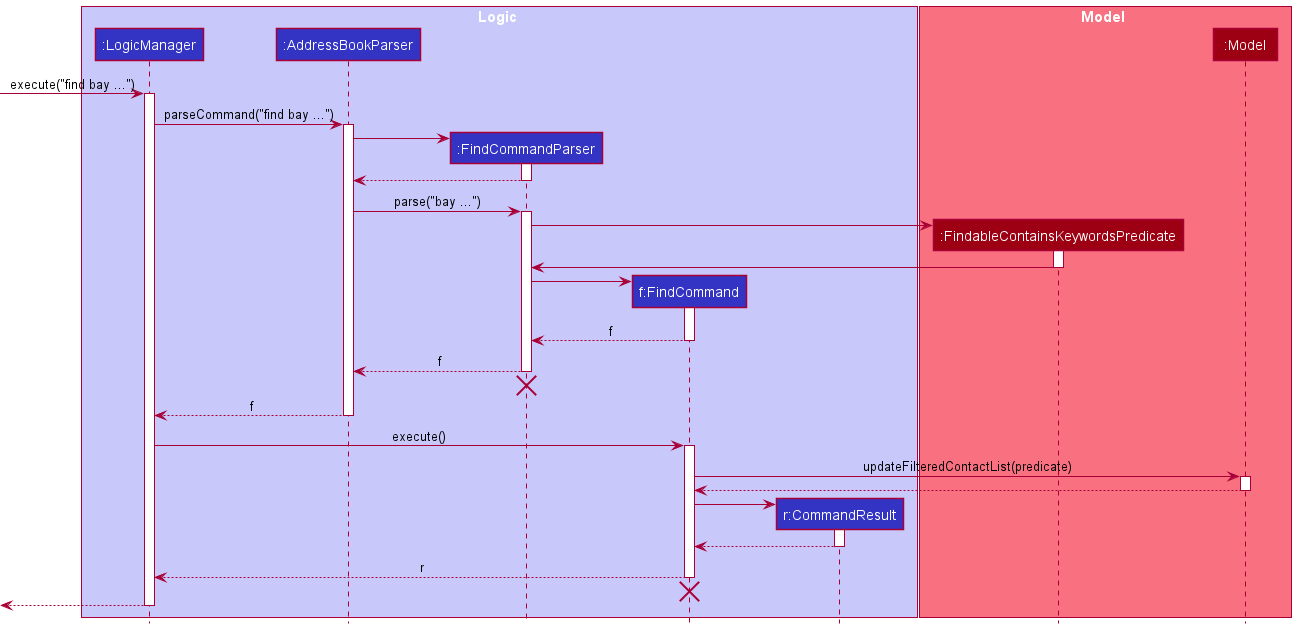
This is docs/images/FindSequenceDiagram.png from nus-cs2103-AY2122S1/tp, a PlantUML export, as it was before one commit.
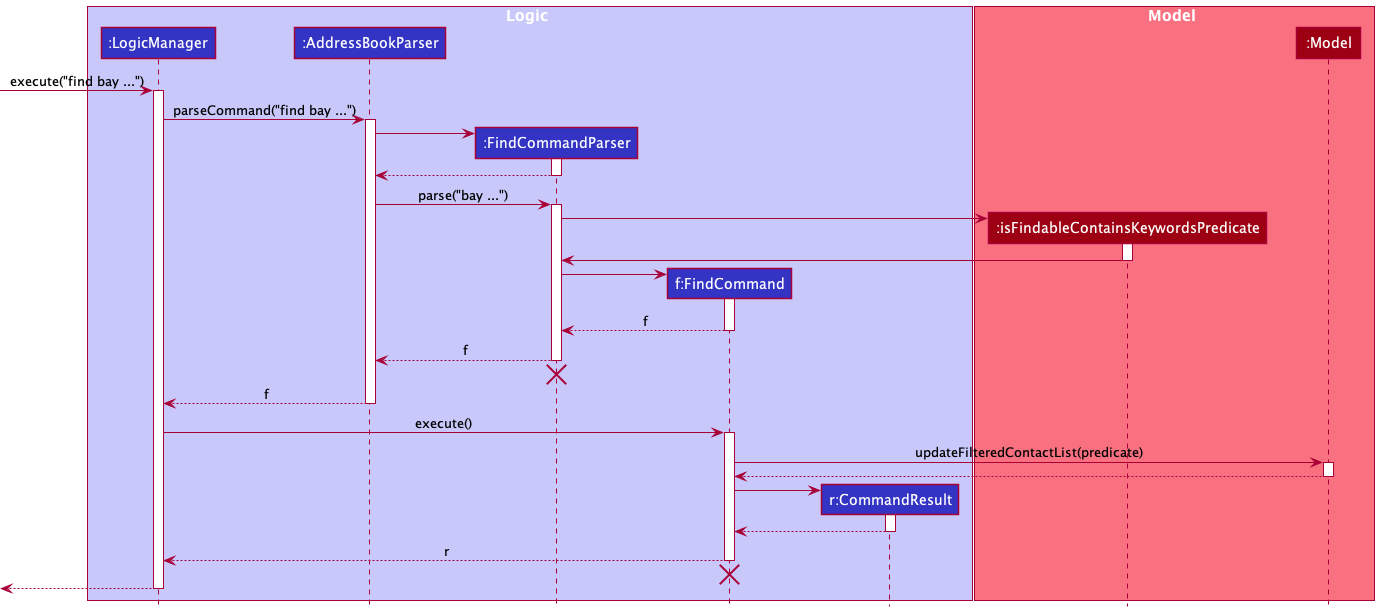
After the change.

The edit, as a diff of the source:
```diff
@@ -10,7 +10,7 @@
 end box
 
 box Model MODEL_COLOR_T1
-participant ":FindableContainsKeywordsPredicate" as FindableContainsKeywordPredicate MODEL_COLOR
+participant ":isFindableContainsKeywordsPredicate" as isFindableContainsKeywordPredicate MODEL_COLOR
 participant ":Model" as Model MODEL_COLOR
 end box
 
@@ -30,11 +30,11 @@
 AddressBookParser -> FindCommandParser : parse("bay ...")
 activate FindCommandParser
 
-create FindableContainsKeywordPredicate
-FindCommandParser -> FindableContainsKeywordPredicate
-activate FindableContainsKeywordPredicate
-FindableContainsKeywordPredicate -> FindCommandParser
-deactivate FindableContainsKeywordPredicate
+create isFindableContainsKeywordPredicate
+FindCommandParser -> isFindableContainsKeywordPredicate
+activate isFindableContainsKeywordPredicate
+isFindableContainsKeywordPredicate -> FindCommandParser
+deactivate isFindableContainsKeywordPredicate
 
 create FindCommand
 FindCommandParser -> FindCommand
```
